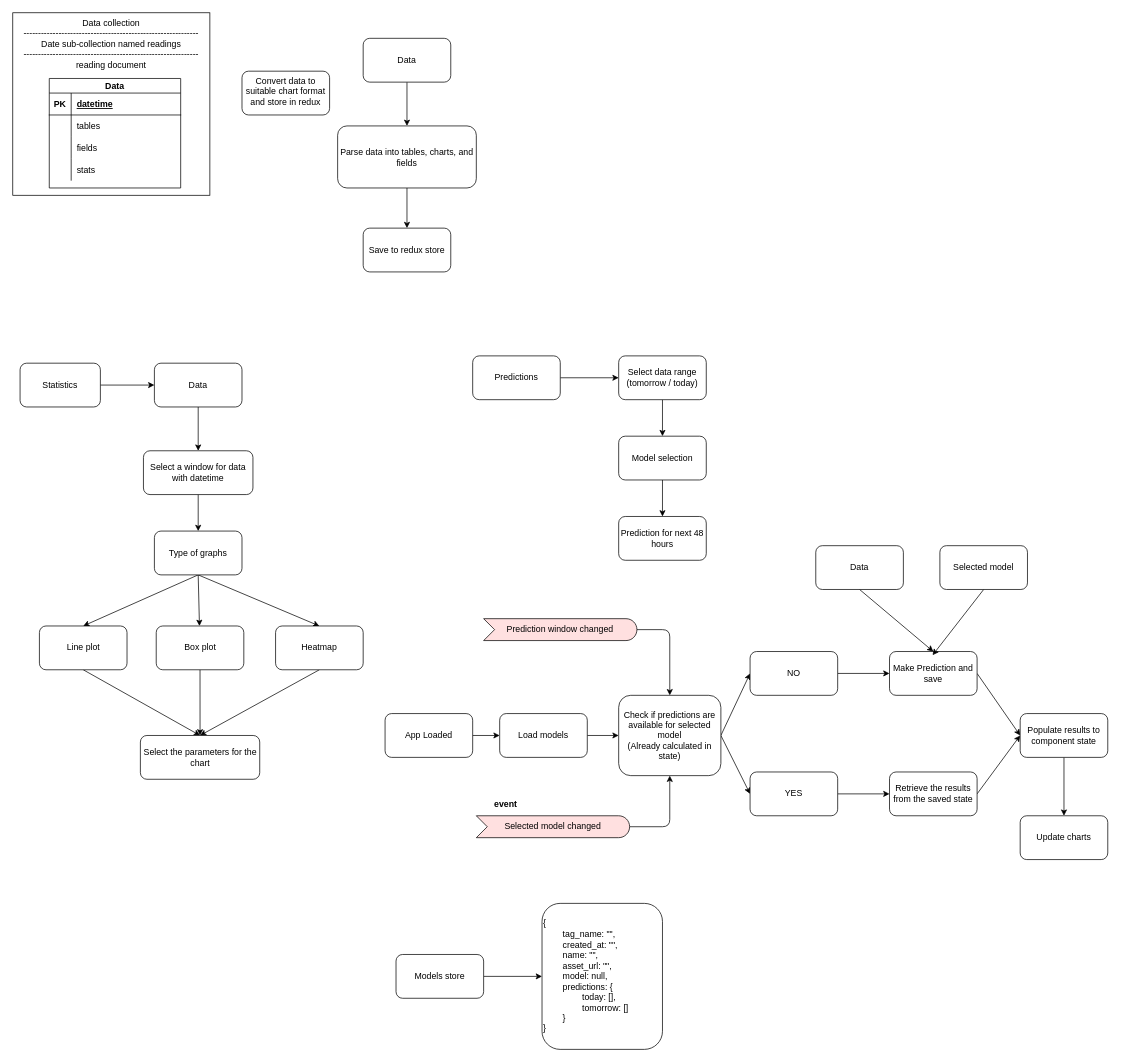
Earlier version of the draw.io diagram schema.drawio (devnev39/sldc-live). Source tidied: cells renumbered, new cells numbered last; positions are measured from the earlier drawing's top-left corner, leaving out a move shared by most shapes. Both pictures are drawn from the tidied source at 73%, with x=0, y=0 at pixel (12, 12).
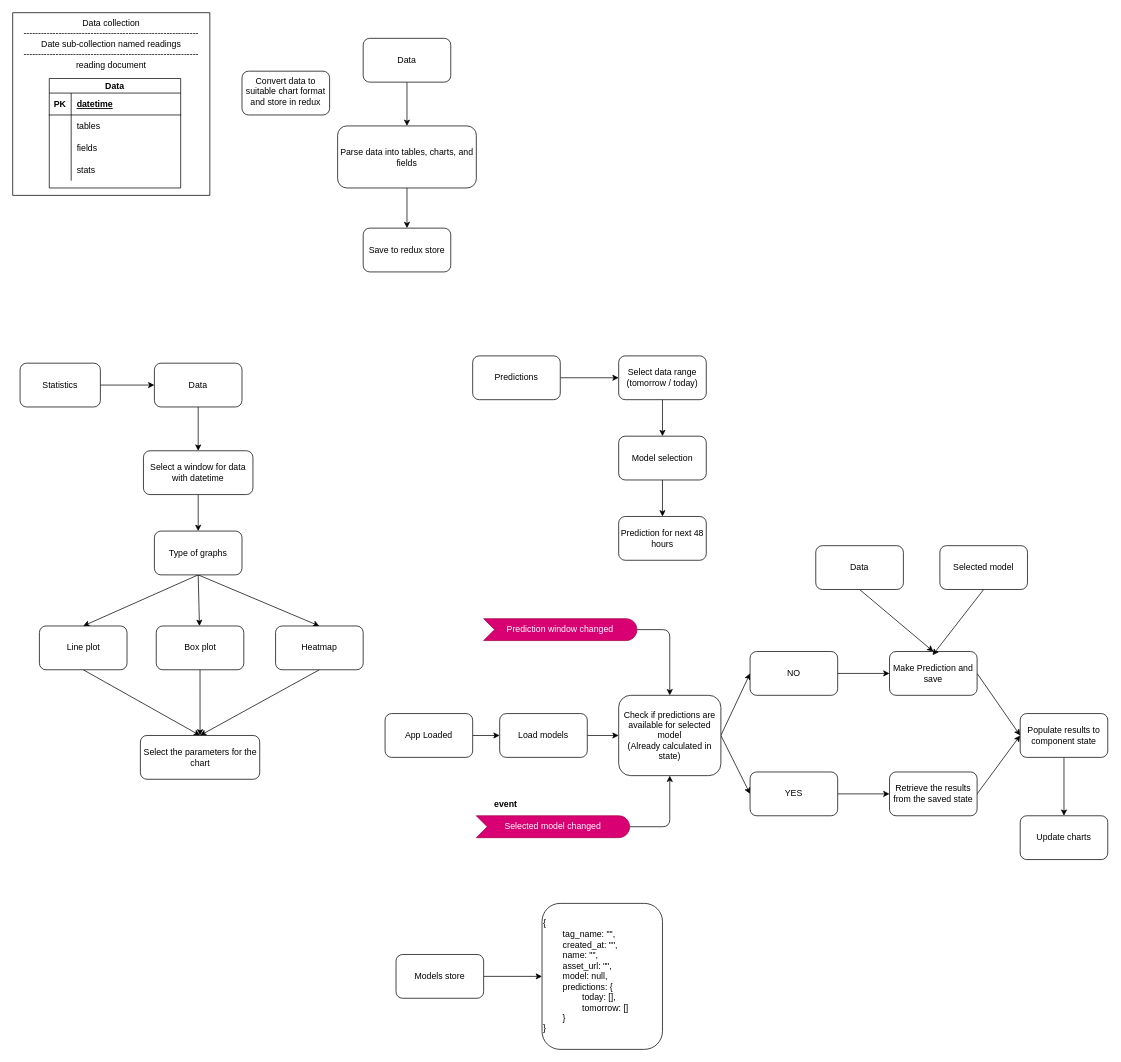
Above is the later version.

Change to the diagram source:
```diff
@@
-    <mxCell id="70" value="Selected model changed" style="html=1;outlineConnect=0;whiteSpace=wrap;fillColor=#FFE0E0;shape=mxgraph.archimate3.event;" parent="1" vertex="1">
+    <mxCell id="70" value="Selected model changed" style="html=1;outlineConnect=0;whiteSpace=wrap;fillColor=#d80073;shape=mxgraph.archimate3.event;fontColor=#ffffff;strokeColor=#A50040;" parent="1" vertex="1">
       <mxGeometry x="635" y="1100" width="210" height="30" as="geometry" />
     </mxCell>
@@
-    <mxCell id="73" value="Prediction window changed" style="html=1;outlineConnect=0;whiteSpace=wrap;fillColor=#FFE0E0;shape=mxgraph.archimate3.event;" parent="1" vertex="1">
+    <mxCell id="73" value="Prediction window changed" style="html=1;outlineConnect=0;whiteSpace=wrap;fillColor=#d80073;shape=mxgraph.archimate3.event;fontColor=#ffffff;strokeColor=#A50040;" parent="1" vertex="1">
       <mxGeometry x="645" y="830" width="210" height="30" as="geometry" />
     </mxCell>
```
